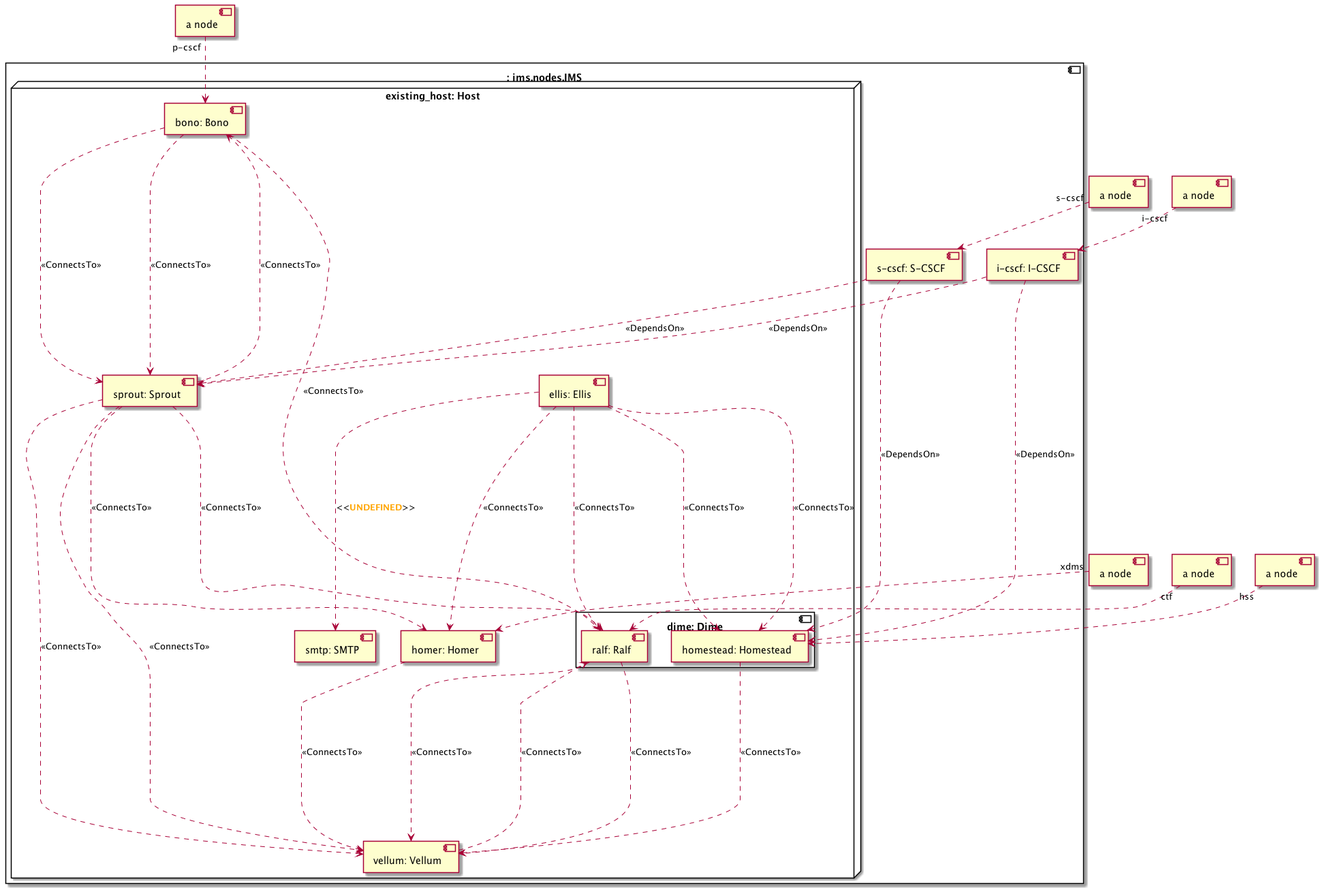
Earlier version of the PlantUML export examples/ariatosca/diagrams/uml2/clearwater-single-existing-1.0-uml2-deployment-diagram.png (Orange-OpenSource/Cloudnet-TOSCA-toolbox). Source of this version:
```plantuml
@startuml
skinparam componentStyle uml2
allowmixing

component "a node" as substitution_mappings_capability_p_cscf
component "a node" as substitution_mappings_capability_i_cscf
component "a node" as substitution_mappings_capability_s_cscf
component "a node" as substitution_mappings_capability_hss
component "a node" as substitution_mappings_capability_ctf
component "a node" as substitution_mappings_capability_xdms
component ": ims.nodes.IMS" as substitution_mappings {
node "existing_host: Host" as node_existing_host {
component "bono: Bono" as node_bono
component "sprout: Sprout" as node_sprout
component "dime: Dime" as node_dime {
component "homestead: Homestead" as node_homestead
component "ralf: Ralf" as node_ralf
}
component "homer: Homer" as node_homer
component "vellum: Vellum" as node_vellum
component "ellis: Ellis" as node_ellis
component "smtp: SMTP" as node_smtp
}
component "i-cscf: I-CSCF" as node_i_cscf
component "s-cscf: S-CSCF" as node_s_cscf
node_bono ..> node_sprout : <<ConnectsTo>>
node_bono ..> node_sprout : <<ConnectsTo>>
node_bono ..> node_ralf : <<ConnectsTo>>
node_sprout ..> node_ralf : <<ConnectsTo>>
node_sprout ..> node_bono : <<ConnectsTo>>
node_sprout ..> node_homer : <<ConnectsTo>>
node_sprout ..> node_vellum : <<ConnectsTo>>
node_sprout ..> node_vellum : <<ConnectsTo>>
node_homestead ..> node_vellum : <<ConnectsTo>>
node_ralf ..> node_vellum : <<ConnectsTo>>
node_ralf ..> node_vellum : <<ConnectsTo>>
node_homer ..> node_vellum : <<ConnectsTo>>
node_vellum ..> node_ralf : <<ConnectsTo>>
node_i_cscf ..> node_sprout : <<DependsOn>>
node_i_cscf ..> node_homestead : <<DependsOn>>
node_s_cscf ..> node_sprout : <<DependsOn>>
node_s_cscf ..> node_homestead : <<DependsOn>>
node_ellis ..> node_ralf : <<ConnectsTo>>
node_ellis ..> node_homer : <<ConnectsTo>>
node_ellis ..> node_homestead : <<ConnectsTo>>
node_ellis ..> node_homestead : <<ConnectsTo>>
node_ellis ..> node_smtp : <<**<color:orange>UNDEFINED</color>**>>
}
substitution_mappings_capability_p_cscf "p-cscf" ..> node_bono
substitution_mappings_capability_i_cscf "i-cscf" ..> node_i_cscf
substitution_mappings_capability_s_cscf "s-cscf" ..> node_s_cscf
substitution_mappings_capability_hss "hss" ..> node_homestead
substitution_mappings_capability_ctf "ctf" ..> node_ralf
substitution_mappings_capability_xdms "xdms" ..> node_homer
@enduml
```
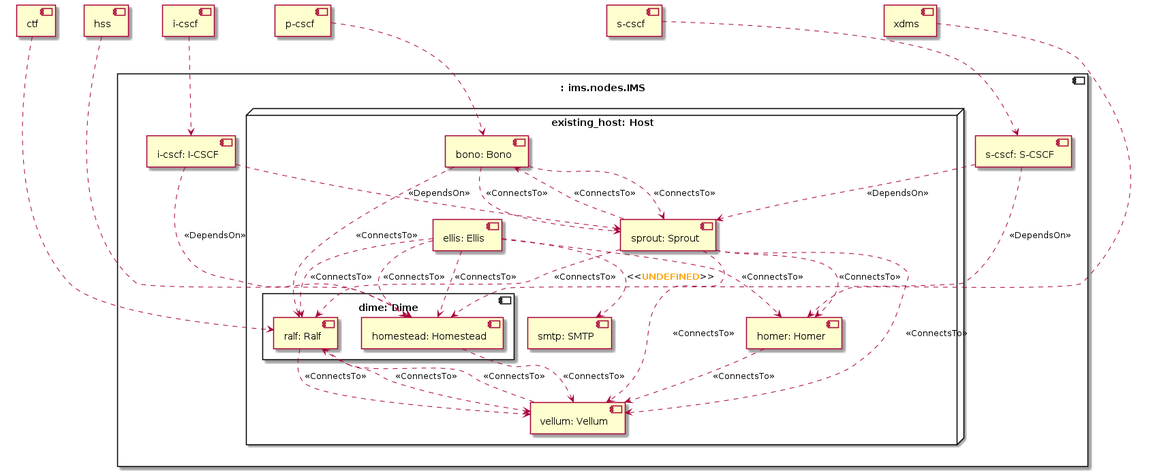
After the commit.

The edit, as a diff of the source:
```diff
@@ -2,12 +2,12 @@
 skinparam componentStyle uml2
 allowmixing
 
-component "a node" as substitution_mappings_capability_p_cscf
-component "a node" as substitution_mappings_capability_i_cscf
-component "a node" as substitution_mappings_capability_s_cscf
-component "a node" as substitution_mappings_capability_hss
-component "a node" as substitution_mappings_capability_ctf
-component "a node" as substitution_mappings_capability_xdms
+component "p-cscf" as substitution_mappings_capability_p_cscf
+component "i-cscf" as substitution_mappings_capability_i_cscf
+component "s-cscf" as substitution_mappings_capability_s_cscf
+component "hss" as substitution_mappings_capability_hss
+component "ctf" as substitution_mappings_capability_ctf
+component "xdms" as substitution_mappings_capability_xdms
 component ": ims.nodes.IMS" as substitution_mappings {
 node "existing_host: Host" as node_existing_host {
 component "bono: Bono" as node_bono
@@ -46,10 +46,16 @@
 node_ellis ..> node_homestead : <<ConnectsTo>>
 node_ellis ..> node_smtp : <<**<color:orange>UNDEFINED</color>**>>
 }
-substitution_mappings_capability_p_cscf "p-cscf" ..> node_bono
-substitution_mappings_capability_i_cscf "i-cscf" ..> node_i_cscf
-substitution_mappings_capability_s_cscf "s-cscf" ..> node_s_cscf
-substitution_mappings_capability_hss "hss" ..> node_homestead
-substitution_mappings_capability_ctf "ctf" ..> node_ralf
-substitution_mappings_capability_xdms "xdms" ..> node_homer
+substitution_mappings_capability_p_cscf -[hidden]- substitution_mappings
+substitution_mappings_capability_p_cscf ..> node_bono
+substitution_mappings_capability_i_cscf -[hidden]- substitution_mappings
+substitution_mappings_capability_i_cscf ..> node_i_cscf
+substitution_mappings_capability_s_cscf -[hidden]- substitution_mappings
+substitution_mappings_capability_s_cscf ..> node_s_cscf
+substitution_mappings_capability_hss -[hidden]- substitution_mappings
+substitution_mappings_capability_hss ..> node_homestead
+substitution_mappings_capability_ctf -[hidden]- substitution_mappings
+substitution_mappings_capability_ctf ..> node_ralf
+substitution_mappings_capability_xdms -[hidden]- substitution_mappings
+substitution_mappings_capability_xdms ..> node_homer
 @enduml
```
